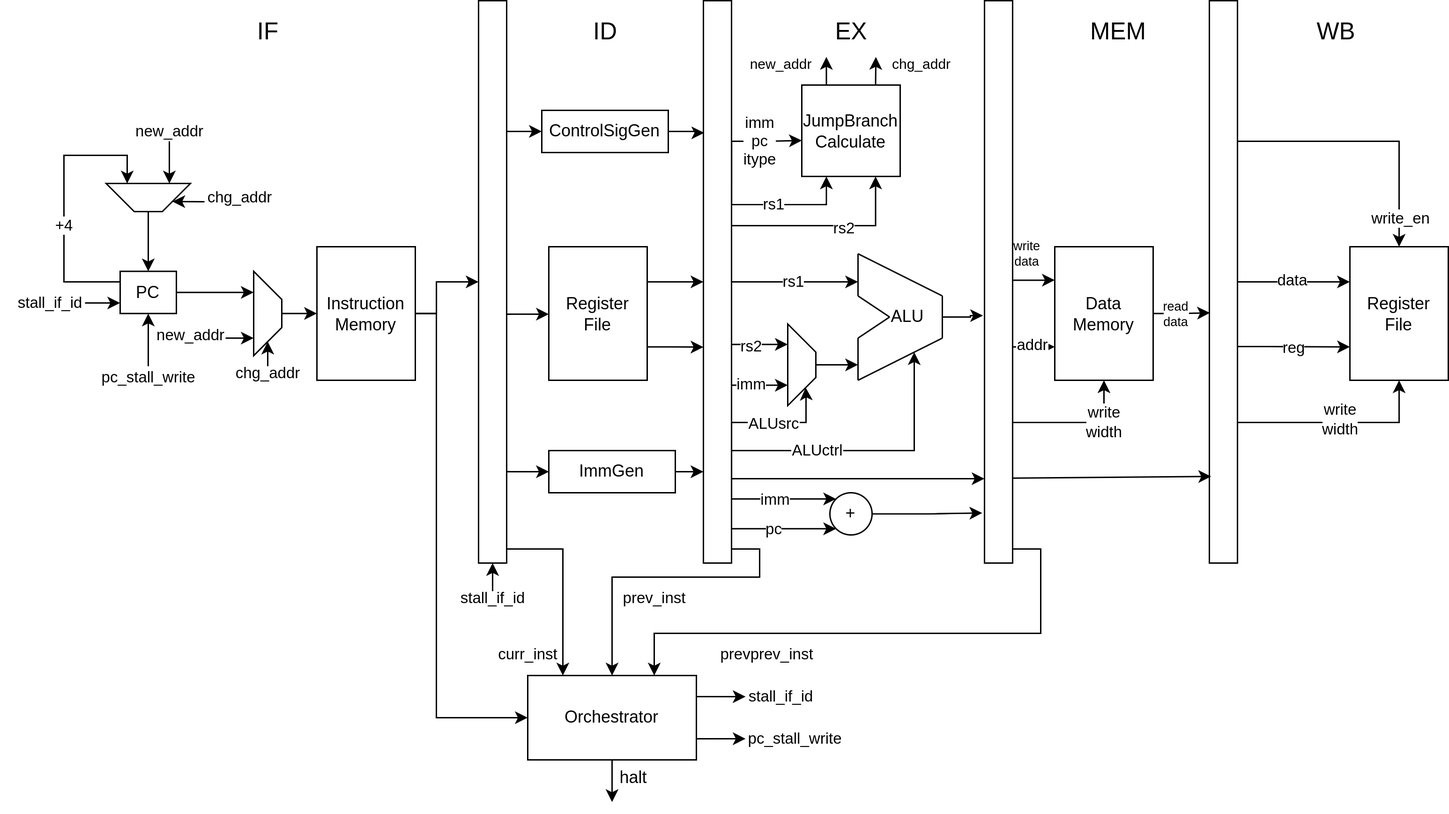
Above: Report/Text/MainBody/img/processor_5stage_pipeline.drawio.png in ntpt7921/CompEngProj (draw.io), before the change. Source tidied: cells renumbered, new cells last; positions are measured from the earlier drawing's top-left corner, leaving out a move shared by most shapes.
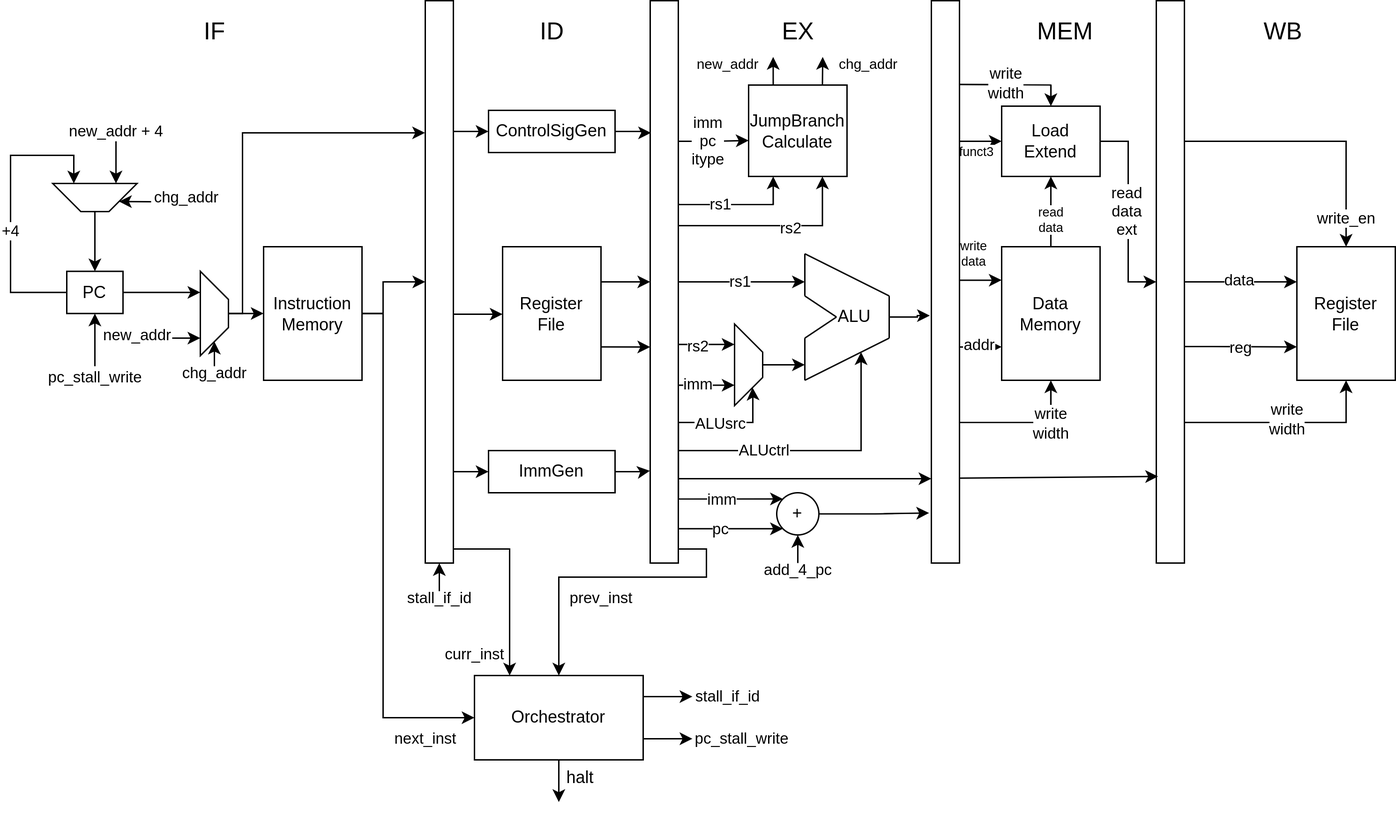
Later version of the same file.

What changed in the source:
```diff
@@ -5,7 +5,7 @@
     <mxCell id="2" style="edgeStyle=orthogonalEdgeStyle;rounded=0;jettySize=auto;html=1;entryX=0.75;entryY=1;entryDx=0;entryDy=0;" parent="1" edge="1" source="5" target="7">
       <mxGeometry relative="1" as="geometry">
         <Array as="points">
-          <mxPoint x="45" y="200" />
+          <mxPoint x="45" y="208" />
           <mxPoint x="45" y="110" />
           <mxPoint x="90" y="110" />
         </Array>
@@ -26,18 +26,13 @@
     <mxCell id="7" style="shape=trapezoid;perimeter=trapezoidPerimeter;whiteSpace=wrap;html=1;fixedSize=1;direction=west;" parent="1" vertex="1">
       <mxGeometry x="75" y="130" width="60" height="20" as="geometry" />
     </mxCell>
-    <mxCell id="8" style="endArrow=classic;html=1;rounded=0;entryX=0;entryY=0.75;entryDx=0;entryDy=0;" parent="1" edge="1" target="5">
-      <mxGeometry relative="1" as="geometry">
-        <mxPoint x="60" y="215" as="sourcePoint" />
-      </mxGeometry>
-    </mxCell>
     <mxCell id="9" style="endArrow=classic;html=1;rounded=0;entryX=0.25;entryY=1;entryDx=0;entryDy=0;" parent="1" edge="1" target="7">
       <mxGeometry relative="1" as="geometry">
         <mxPoint x="120" y="100" as="sourcePoint" />
       </mxGeometry>
     </mxCell>
-    <mxCell id="10" value="&lt;font style=&quot;font-size: 11px;&quot;&gt;new_addr&lt;/font&gt;" style="text;html=1;align=center;verticalAlign=middle;strokeColor=none;fillColor=none;fontSize=11;" parent="1" vertex="1">
-      <mxGeometry x="85" y="78" width="70" height="30" as="geometry" />
+    <mxCell id="10" value="&lt;font style=&quot;font-size: 11px;&quot;&gt;new_addr + 4&lt;br&gt;&lt;/font&gt;" style="text;html=1;align=center;verticalAlign=middle;strokeColor=none;fillColor=none;fontSize=11;" parent="1" vertex="1">
+      <mxGeometry x="75" y="78" width="90" height="30" as="geometry" />
     </mxCell>
     <mxCell id="11" style="endArrow=classic;html=1;rounded=0;entryX=0;entryY=0.25;entryDx=0;entryDy=0;" parent="1" edge="1" target="7">
       <mxGeometry relative="1" as="geometry">
@@ -47,9 +42,18 @@
     <mxCell id="12" value="&lt;font style=&quot;font-size: 11px;&quot;&gt;chg_addr&lt;/font&gt;" style="text;html=1;align=center;verticalAlign=middle;strokeColor=none;fillColor=none;" parent="1" vertex="1">
       <mxGeometry x="135" y="125" width="70" height="30" as="geometry" />
     </mxCell>
-    <mxCell id="13" style="edgeStyle=orthogonalEdgeStyle;rounded=0;jettySize=auto;html=1;" parent="1" edge="1" source="14" target="20">
-      <mxGeometry relative="1" as="geometry" />
+    <mxCell id="13" style="edgeStyle=orthogonalEdgeStyle;rounded=0;jettySize=auto;html=1;entryX=-0.012;entryY=0.234;entryDx=0;entryDy=0;entryPerimeter=0;" parent="1" edge="1" source="14" target="46">
+      <mxGeometry relative="1" as="geometry">
+        <Array as="points">
+          <mxPoint x="210" y="223" />
+          <mxPoint x="210" y="94" />
+          <mxPoint x="340" y="94" />
+        </Array>
+      </mxGeometry>
     </mxCell>
+    <mxCell id="118" style="edgeStyle=orthogonalEdgeStyle;rounded=0;jettySize=auto;html=1;exitX=0.5;exitY=0;exitDx=0;exitDy=0;" parent="1" edge="1" source="14" target="20">
+      <mxGeometry relative="1" as="geometry" />
+    </mxCell>
     <mxCell id="14" style="shape=trapezoid;perimeter=trapezoidPerimeter;whiteSpace=wrap;html=1;fixedSize=1;direction=south;" parent="1" vertex="1">
       <mxGeometry x="180" y="192.5" width="20" height="60" as="geometry" />
     </mxCell>
@@ -91,13 +95,13 @@
       </mxGeometry>
     </mxCell>
     <mxCell id="22" value="Register&lt;br&gt;File" style="rounded=0;whiteSpace=wrap;html=1;" parent="1" vertex="1">
-      <mxGeometry x="390" y="175" width="70" height="95" as="geometry" />
+      <mxGeometry x="395" y="175" width="70" height="95" as="geometry" />
     </mxCell>
     <mxCell id="23" value="ControlSigGen" style="rounded=0;whiteSpace=wrap;html=1;" parent="1" vertex="1">
       <mxGeometry x="385" y="78" width="90" height="30" as="geometry" />
     </mxCell>
     <mxCell id="24" value="ImmGen" style="rounded=0;whiteSpace=wrap;html=1;" parent="1" vertex="1">
-      <mxGeometry x="390" y="320" width="90" height="30" as="geometry" />
+      <mxGeometry x="385" y="320" width="90" height="30" as="geometry" />
     </mxCell>
     <mxCell id="25" style="group;" parent="1" vertex="1">
       <mxGeometry x="610" y="180" width="60" height="90" as="geometry" />
@@ -353,15 +357,25 @@
     <mxCell id="71" value="addr" style="edgeLabel;html=1;align=center;verticalAlign=middle;" parent="70" vertex="1">
       <mxGeometry x="-0.09" y="2" relative="1" as="geometry" />
     </mxCell>
-    <mxCell id="72" style="edgeStyle=orthogonalEdgeStyle;rounded=0;jettySize=auto;html=1;entryX=0.75;entryY=0;entryDx=0;entryDy=0;" parent="1" edge="1" source="73" target="87">
-      <mxGeometry relative="1" as="geometry">
-        <Array as="points">
-          <mxPoint x="740" y="390" />
-          <mxPoint x="740" y="450" />
-          <mxPoint x="465" y="450" />
-        </Array>
-      </mxGeometry>
-    </mxCell>
+    <mxCell id="119" style="edgeStyle=orthogonalEdgeStyle;rounded=0;jettySize=auto;html=1;exitX=1.058;exitY=0.149;exitDx=0;exitDy=0;entryX=0.5;entryY=0;entryDx=0;entryDy=0;exitPerimeter=0;" parent="1" edge="1" source="73" target="128">
+      <mxGeometry relative="1" as="geometry">
+        <Array as="points">
+          <mxPoint x="720" y="60" />
+          <mxPoint x="785" y="60" />
+        </Array>
+      </mxGeometry>
+    </mxCell>
+    <mxCell id="120" value="write&lt;br&gt;width" style="edgeLabel;html=1;align=center;verticalAlign=middle;" parent="119" vertex="1">
+      <mxGeometry x="-0.18" y="1" relative="1" as="geometry" />
+    </mxCell>
+    <mxCell id="121" style="edgeStyle=orthogonalEdgeStyle;rounded=0;jettySize=auto;html=1;exitX=1;exitY=0.25;exitDx=0;exitDy=0;" parent="1" edge="1" source="73" target="128">
+      <mxGeometry relative="1" as="geometry" />
+    </mxCell>
+    <mxCell id="122" value="funct3" style="edgeLabel;html=1;align=center;verticalAlign=middle;fontSize=9;" parent="121" vertex="1">
+      <mxGeometry x="-0.55" y="1" relative="1" as="geometry">
+        <mxPoint y="9" as="offset" />
+      </mxGeometry>
+    </mxCell>
     <mxCell id="73" style="rounded=0;whiteSpace=wrap;html=1;" parent="1" vertex="1">
       <mxGeometry x="700" width="20" height="400" as="geometry" />
     </mxCell>
@@ -468,7 +482,7 @@
     <mxCell id="98" style="endArrow=classic;html=1;rounded=0;exitX=0.984;exitY=0.849;exitDx=0;exitDy=0;exitPerimeter=0;entryX=0.062;entryY=0.846;entryDx=0;entryDy=0;entryPerimeter=0;" parent="1" edge="1" source="73" target="83">
       <mxGeometry relative="1" as="geometry" />
     </mxCell>
-    <mxCell id="99" style="edgeStyle=orthogonalEdgeStyle;rounded=0;jettySize=auto;html=1;entryX=0.019;entryY=0.555;entryDx=0;entryDy=0;entryPerimeter=0;" parent="1" edge="1" source="40" target="83">
+    <mxCell id="99" style="edgeStyle=orthogonalEdgeStyle;rounded=0;jettySize=auto;html=1;" parent="1" edge="1" source="40" target="128">
       <mxGeometry relative="1" as="geometry" />
     </mxCell>
     <mxCell id="100" value="read&lt;br style=&quot;font-size: 9px;&quot;&gt;data" style="edgeLabel;html=1;align=center;verticalAlign=middle;fontSize=9;" parent="99" vertex="1">
@@ -510,12 +524,6 @@
     <mxCell id="110" value="&lt;font style=&quot;font-size: 11px;&quot;&gt;stall_if_id&lt;/font&gt;" style="text;html=1;align=center;verticalAlign=middle;strokeColor=none;fillColor=none;" parent="1" vertex="1">
       <mxGeometry x="520" y="480" width="70" height="30" as="geometry" />
     </mxCell>
-    <mxCell id="111" value="&lt;font style=&quot;font-size: 11px;&quot;&gt;stall_if_id&lt;/font&gt;" style="text;html=1;align=center;verticalAlign=middle;strokeColor=none;fillColor=none;" parent="1" vertex="1">
-      <mxGeometry y="200" width="70" height="30" as="geometry" />
-    </mxCell>
-    <mxCell id="112" value="&lt;font style=&quot;font-size: 11px;&quot;&gt;prevprev_inst&lt;/font&gt;" style="text;html=1;align=center;verticalAlign=middle;strokeColor=none;fillColor=none;" parent="1" vertex="1">
-      <mxGeometry x="500" y="450" width="90" height="30" as="geometry" />
-    </mxCell>
     <mxCell id="113" value="&lt;font style=&quot;font-size: 10px;&quot;&gt;new_addr&lt;/font&gt;" style="text;html=1;align=center;verticalAlign=middle;strokeColor=none;fillColor=none;" parent="1" vertex="1">
       <mxGeometry x="520" y="30" width="70" height="30" as="geometry" />
     </mxCell>
@@ -533,5 +541,27 @@
         <mxPoint x="105" y="260" as="sourcePoint" />
       </mxGeometry>
     </mxCell>
+    <mxCell id="123" value="&lt;font style=&quot;font-size: 11px;&quot;&gt;next_inst&lt;/font&gt;" style="text;html=1;align=center;verticalAlign=middle;strokeColor=none;fillColor=none;" parent="1" vertex="1">
+      <mxGeometry x="305" y="510" width="70" height="30" as="geometry" />
+    </mxCell>
+    <mxCell id="124" style="endArrow=classic;html=1;rounded=0;" parent="1" edge="1" target="74">
+      <mxGeometry relative="1" as="geometry">
+        <mxPoint x="605" y="400" as="sourcePoint" />
+      </mxGeometry>
+    </mxCell>
+    <mxCell id="125" value="&lt;font style=&quot;font-size: 11px;&quot;&gt;add_4_pc&lt;/font&gt;" style="text;html=1;align=center;verticalAlign=middle;strokeColor=none;fillColor=none;" parent="1" vertex="1">
+      <mxGeometry x="570" y="390" width="70" height="30" as="geometry" />
+    </mxCell>
+    <mxCell id="126" style="edgeStyle=orthogonalEdgeStyle;rounded=0;jettySize=auto;html=1;" parent="1" edge="1" source="128" target="83">
+      <mxGeometry relative="1" as="geometry" />
+    </mxCell>
+    <mxCell id="127" value="read&lt;br&gt;data&lt;br&gt;ext" style="edgeLabel;html=1;align=center;verticalAlign=middle;" parent="126" vertex="1">
+      <mxGeometry x="-0.04" y="-1" relative="1" as="geometry">
+        <mxPoint y="3" as="offset" />
+      </mxGeometry>
+    </mxCell>
+    <mxCell id="128" value="Load&lt;br&gt;Extend" style="rounded=0;whiteSpace=wrap;html=1;" parent="1" vertex="1">
+      <mxGeometry x="750" y="75" width="70" height="50" as="geometry" />
+    </mxCell>
   </root>
 </mxGraphModel>
```
